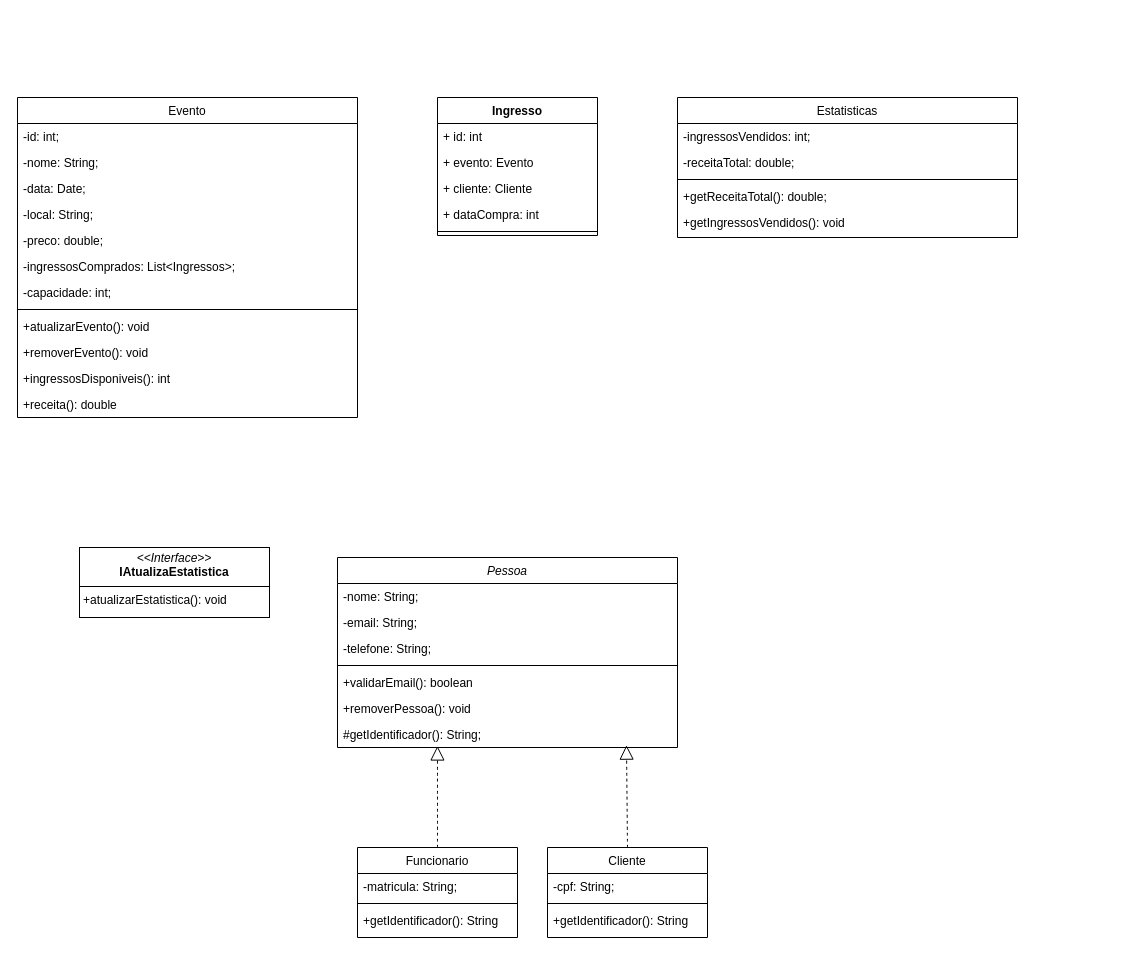
The draw.io diagram Diagrama UML.drawio in thaisealves/venda-ingressos-poo, before the edit. Source tidied: cells renumbered, new cells numbered last; positions are measured from the earlier drawing's top-left corner, leaving out a move shared by most shapes. Both pictures are drawn from the tidied source at 100%, with x=0, y=0 at pixel (17, 97).
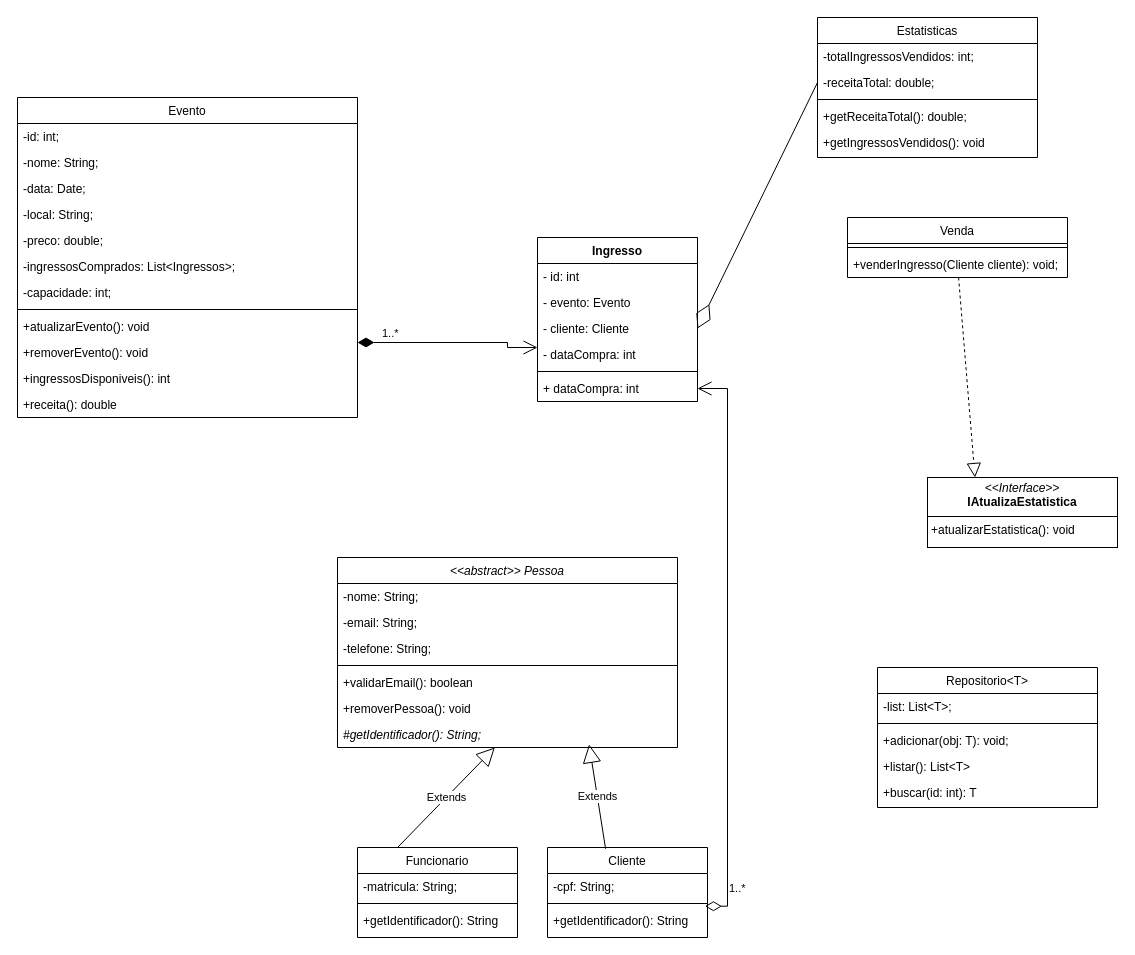
Above is the later version.

The change refers to these unchanged cells:
```xml
<mxCell id="2" value="Cliente" style="swimlane;fontStyle=0;align=center;verticalAlign=top;horizontal=1;startSize=26;rounded=0;shadow=0;strokeWidth=1;" parent="1" vertex="1">
  <mxGeometry x="530" y="750" width="160" height="90" as="geometry" />
</mxCell>
<mxCell id="5" value="+getIdentificador(): String" style="text;align=left;verticalAlign=top;spacingLeft=4;spacingRight=4;overflow=hidden;points=[[0,0.5],[1,0.5]];portConstraint=eastwest;" parent="2" vertex="1">
  <mxGeometry y="60" width="160" height="26" as="geometry" />
</mxCell>
<mxCell id="16" value="+removerEvento(): void" style="text;align=left;verticalAlign=top;spacingLeft=4;spacingRight=4;overflow=hidden;points=[[0,0.5],[1,0.5]];portConstraint=eastwest;" parent="6" vertex="1">
  <mxGeometry y="242" width="340" height="26" as="geometry" />
</mxCell>
<mxCell id="28" value="Funcionario" style="swimlane;fontStyle=0;align=center;verticalAlign=top;horizontal=1;startSize=26;rounded=0;shadow=0;strokeWidth=1;" parent="1" vertex="1">
  <mxGeometry x="340" y="750" width="160" height="90" as="geometry" />
</mxCell>
```

Diff of the diagram source:
```diff
@@
     <mxCell id="19" value="&lt;p style=&quot;margin:0px;margin-top:4px;text-align:center;&quot;&gt;&lt;i&gt;&amp;lt;&amp;lt;Interface&amp;gt;&amp;gt;&lt;/i&gt;&lt;br&gt;&lt;b&gt;IAtualizaEstatistica&lt;/b&gt;&lt;/p&gt;&lt;hr size=&quot;1&quot; style=&quot;border-style:solid;&quot;&gt;&lt;p style=&quot;margin:0px;margin-left:4px;&quot;&gt;&lt;/p&gt;&lt;p style=&quot;margin:0px;margin-left:4px;&quot;&gt;+atualizarEstatistica(): void&lt;br&gt;&lt;br&gt;&lt;/p&gt;" style="verticalAlign=top;align=left;overflow=fill;html=1;whiteSpace=wrap;" parent="1" vertex="1">
-      <mxGeometry x="62" y="450" width="190" height="70" as="geometry" />
+      <mxGeometry x="910" y="380" width="190" height="70" as="geometry" />
     </mxCell>
-    <mxCell id="20" value="Pessoa" style="swimlane;fontStyle=2;align=center;verticalAlign=top;horizontal=1;startSize=26;rounded=0;shadow=0;strokeWidth=1;" parent="1" vertex="1">
+    <mxCell id="20" value="&lt;&lt;abstract&gt;&gt; Pessoa" style="swimlane;fontStyle=2;align=center;verticalAlign=top;horizontal=1;startSize=26;rounded=0;shadow=0;strokeWidth=1;" parent="1" vertex="1">
       <mxGeometry x="320" y="460" width="340" height="190" as="geometry" />
     </mxCell>
@@
-    <mxCell id="27" value="#getIdentificador(): String;" style="text;align=left;verticalAlign=top;spacingLeft=4;spacingRight=4;overflow=hidden;points=[[0,0.5],[1,0.5]];portConstraint=eastwest;" parent="20" vertex="1">
+    <mxCell id="27" value="#getIdentificador(): String;" style="text;align=left;verticalAlign=top;spacingLeft=4;spacingRight=4;overflow=hidden;points=[[0,0.5],[1,0.5]];portConstraint=eastwest;fontStyle=2;" parent="20" vertex="1">
       <mxGeometry y="164" width="340" height="26" as="geometry" />
     </mxCell>
@@
-    <mxCell id="32" style="endArrow=block;dashed=1;endFill=0;endSize=12;html=1;rounded=0;fontSize=12;curved=1;entryX=0.294;entryY=0.942;entryDx=0;entryDy=0;entryPerimeter=0;exitX=0.5;exitY=0;exitDx=0;exitDy=0;" parent="1" edge="1" source="28" target="27">
-      <mxGeometry relative="1" as="geometry" />
-    </mxCell>
-    <mxCell id="33" style="endArrow=block;dashed=1;endFill=0;endSize=12;html=1;rounded=0;fontSize=12;curved=1;exitX=0.5;exitY=0;exitDx=0;exitDy=0;entryX=0.85;entryY=0.91;entryDx=0;entryDy=0;entryPerimeter=0;" parent="1" edge="1" source="2" target="27">
-      <mxGeometry relative="1" as="geometry" />
-    </mxCell>
     <mxCell id="34" value="Ingresso" style="swimlane;fontStyle=1;align=center;verticalAlign=top;horizontal=1;startSize=26;whiteSpace=wrap;html=1;" parent="1" vertex="1">
-      <mxGeometry x="420" width="160" height="138" as="geometry" />
+      <mxGeometry x="520" y="140" width="160" height="164" as="geometry" />
     </mxCell>
-    <mxCell id="35" value="+ id: int" style="text;strokeColor=none;fillColor=none;align=left;verticalAlign=top;spacingLeft=4;spacingRight=4;overflow=hidden;whiteSpace=wrap;html=1;" parent="34" vertex="1">
+    <mxCell id="35" value="- id: int" style="text;strokeColor=none;fillColor=none;align=left;verticalAlign=top;spacingLeft=4;spacingRight=4;overflow=hidden;whiteSpace=wrap;html=1;" parent="34" vertex="1">
       <mxGeometry y="26" width="160" height="26" as="geometry" />
     </mxCell>
-    <mxCell id="36" value="+ evento: Evento" style="text;strokeColor=none;fillColor=none;align=left;verticalAlign=top;spacingLeft=4;spacingRight=4;overflow=hidden;whiteSpace=wrap;html=1;" parent="34" vertex="1">
+    <mxCell id="36" value="- evento: Evento" style="text;strokeColor=none;fillColor=none;align=left;verticalAlign=top;spacingLeft=4;spacingRight=4;overflow=hidden;whiteSpace=wrap;html=1;" parent="34" vertex="1">
       <mxGeometry y="52" width="160" height="26" as="geometry" />
     </mxCell>
-    <mxCell id="37" value="+ cliente: Cliente" style="text;strokeColor=none;fillColor=none;align=left;verticalAlign=top;spacingLeft=4;spacingRight=4;overflow=hidden;points=[[0,0.5],[1,0.5]];portConstraint=eastwest;whiteSpace=wrap;html=1;" parent="34" vertex="1">
+    <mxCell id="37" value="- cliente: Cliente" style="text;strokeColor=none;fillColor=none;align=left;verticalAlign=top;spacingLeft=4;spacingRight=4;overflow=hidden;points=[[0,0.5],[1,0.5]];portConstraint=eastwest;whiteSpace=wrap;html=1;" parent="34" vertex="1">
       <mxGeometry y="78" width="160" height="26" as="geometry" />
     </mxCell>
-    <mxCell id="38" value="+ dataCompra: int" style="text;strokeColor=none;fillColor=none;align=left;verticalAlign=top;spacingLeft=4;spacingRight=4;overflow=hidden;whiteSpace=wrap;html=1;" parent="34" vertex="1">
+    <mxCell id="38" value="- dataCompra: int" style="text;strokeColor=none;fillColor=none;align=left;verticalAlign=top;spacingLeft=4;spacingRight=4;overflow=hidden;whiteSpace=wrap;html=1;" parent="34" vertex="1">
       <mxGeometry y="104" width="160" height="26" as="geometry" />
     </mxCell>
@@
+    <mxCell id="46" value="+ dataCompra: int" style="text;strokeColor=none;fillColor=none;align=left;verticalAlign=top;spacingLeft=4;spacingRight=4;overflow=hidden;points=[[0,0.5],[1,0.5]];portConstraint=eastwest;whiteSpace=wrap;html=1;" parent="34" vertex="1">
+      <mxGeometry y="138" width="160" height="26" as="geometry" />
+    </mxCell>
     <mxCell id="40" value="Estatisticas" style="swimlane;fontStyle=0;align=center;verticalAlign=top;horizontal=1;startSize=26;rounded=0;shadow=0;strokeWidth=1;" parent="1" vertex="1">
-      <mxGeometry x="660" width="340" height="140" as="geometry" />
+      <mxGeometry x="800" y="-80" width="220" height="140" as="geometry" />
     </mxCell>
-    <mxCell id="41" value="-ingressosVendidos: int;" style="text;align=left;verticalAlign=top;spacingLeft=4;spacingRight=4;overflow=hidden;" parent="40" vertex="1">
-      <mxGeometry y="26" width="340" height="26" as="geometry" />
+    <mxCell id="41" value="-totalIngressosVendidos: int;" style="text;align=left;verticalAlign=top;spacingLeft=4;spacingRight=4;overflow=hidden;" parent="40" vertex="1">
+      <mxGeometry y="26" width="220" height="26" as="geometry" />
     </mxCell>
     <mxCell id="42" value="-receitaTotal: double;" style="text;align=left;verticalAlign=top;spacingLeft=4;spacingRight=4;overflow=hidden;points=[[0,0.5],[1,0.5]];portConstraint=eastwest;rounded=0;shadow=0;html=0;" parent="40" vertex="1">
-      <mxGeometry y="52" width="340" height="26" as="geometry" />
+      <mxGeometry y="52" width="220" height="26" as="geometry" />
     </mxCell>
     <mxCell id="43" style="line;html=1;strokeWidth=1;align=left;verticalAlign=middle;spacingTop=-1;spacingLeft=3;spacingRight=3;labelPosition=right;" parent="40" vertex="1">
-      <mxGeometry y="78" width="340" height="8" as="geometry" />
+      <mxGeometry y="78" width="220" height="8" as="geometry" />
     </mxCell>
     <mxCell id="44" value="+getReceitaTotal(): double;&#10;" style="text;align=left;verticalAlign=top;spacingLeft=4;spacingRight=4;overflow=hidden;" parent="40" vertex="1">
-      <mxGeometry y="86" width="340" height="26" as="geometry" />
+      <mxGeometry y="86" width="220" height="26" as="geometry" />
     </mxCell>
     <mxCell id="45" value="+getIngressosVendidos(): void" style="text;align=left;verticalAlign=top;spacingLeft=4;spacingRight=4;overflow=hidden;" parent="40" vertex="1">
-      <mxGeometry y="112" width="340" height="26" as="geometry" />
+      <mxGeometry y="112" width="220" height="26" as="geometry" />
     </mxCell>
+    <mxCell id="47" value="Repositorio&lt;T&gt;" style="swimlane;fontStyle=0;align=center;verticalAlign=top;horizontal=1;startSize=26;rounded=0;shadow=0;strokeWidth=1;" parent="1" vertex="1">
+      <mxGeometry x="860" y="570" width="220" height="140" as="geometry" />
+    </mxCell>
+    <mxCell id="48" value="-list: List&lt;T&gt;;" style="text;align=left;verticalAlign=top;spacingLeft=4;spacingRight=4;overflow=hidden;" parent="47" vertex="1">
+      <mxGeometry y="26" width="220" height="26" as="geometry" />
+    </mxCell>
+    <mxCell id="49" style="line;html=1;strokeWidth=1;align=left;verticalAlign=middle;spacingTop=-1;spacingLeft=3;spacingRight=3;labelPosition=right;" parent="47" vertex="1">
+      <mxGeometry y="52" width="220" height="8" as="geometry" />
+    </mxCell>
+    <mxCell id="50" value="+adicionar(obj: T): void;&#10;" style="text;align=left;verticalAlign=top;spacingLeft=4;spacingRight=4;overflow=hidden;" parent="47" vertex="1">
+      <mxGeometry y="60" width="220" height="26" as="geometry" />
+    </mxCell>
+    <mxCell id="51" value="+listar(): List&lt;T&gt;" style="text;align=left;verticalAlign=top;spacingLeft=4;spacingRight=4;overflow=hidden;" parent="47" vertex="1">
+      <mxGeometry y="86" width="220" height="26" as="geometry" />
+    </mxCell>
+    <mxCell id="52" value="+buscar(id: int): T" style="text;align=left;verticalAlign=top;spacingLeft=4;spacingRight=4;overflow=hidden;" parent="47" vertex="1">
+      <mxGeometry y="112" width="220" height="26" as="geometry" />
+    </mxCell>
+    <mxCell id="53" style="endArrow=diamondThin;endFill=0;endSize=24;html=1;rounded=0;exitX=0;exitY=0.5;exitDx=0;exitDy=0;entryX=1;entryY=0.5;entryDx=0;entryDy=0;" parent="1" edge="1" source="42" target="37">
+      <mxGeometry relative="1" as="geometry" />
+    </mxCell>
+    <mxCell id="54" style="endArrow=block;dashed=1;endFill=0;endSize=12;html=1;rounded=0;entryX=0.25;entryY=0;entryDx=0;entryDy=0;" parent="1" edge="1" source="57" target="19">
+      <mxGeometry relative="1" as="geometry" />
+    </mxCell>
+    <mxCell id="55" value="Venda" style="swimlane;fontStyle=0;align=center;verticalAlign=top;horizontal=1;startSize=26;rounded=0;shadow=0;strokeWidth=1;" parent="1" vertex="1">
+      <mxGeometry x="830" y="120" width="220" height="60" as="geometry" />
+    </mxCell>
+    <mxCell id="56" style="line;html=1;strokeWidth=1;align=left;verticalAlign=middle;spacingTop=-1;spacingLeft=3;spacingRight=3;labelPosition=right;" parent="55" vertex="1">
+      <mxGeometry y="26" width="220" height="8" as="geometry" />
+    </mxCell>
+    <mxCell id="57" value="+venderIngresso(Cliente cliente): void;&#10;" style="text;align=left;verticalAlign=top;spacingLeft=4;spacingRight=4;overflow=hidden;points=[[0,0.5],[1,0.5]];portConstraint=eastwest;" parent="55" vertex="1">
+      <mxGeometry y="34" width="220" height="26" as="geometry" />
+    </mxCell>
+    <mxCell id="58" value="1..*" style="endArrow=open;html=1;endSize=12;startArrow=diamondThin;startSize=14;startFill=0;edgeStyle=orthogonalEdgeStyle;align=left;verticalAlign=bottom;rounded=0;exitX=0.984;exitY=-0.049;exitDx=0;exitDy=0;exitPerimeter=0;entryX=1;entryY=0.5;entryDx=0;entryDy=0;" parent="1" edge="1" source="5" target="46">
+      <mxGeometry x="-0.89" relative="1" as="geometry">
+        <Array as="points">
+          <mxPoint x="710" y="809" />
+          <mxPoint x="710" y="291" />
+        </Array>
+      </mxGeometry>
+    </mxCell>
+    <mxCell id="59" value="1..*" style="endArrow=open;html=1;endSize=12;startArrow=diamondThin;startSize=14;startFill=1;edgeStyle=orthogonalEdgeStyle;align=left;verticalAlign=bottom;rounded=0;" parent="1" edge="1" source="16">
+      <mxGeometry x="-0.75" relative="1" as="geometry">
+        <mxPoint x="520" y="250" as="targetPoint" />
+        <Array as="points">
+          <mxPoint x="490" y="245" />
+          <mxPoint x="490" y="250" />
+        </Array>
+      </mxGeometry>
+    </mxCell>
+    <mxCell id="33" value="Extends" style="endArrow=block;endSize=16;endFill=0;html=1;rounded=0;exitX=0.363;exitY=0.014;exitDx=0;exitDy=0;exitPerimeter=0;entryX=0.74;entryY=0.879;entryDx=0;entryDy=0;entryPerimeter=0;" parent="1" edge="1" source="2" target="27">
+      <mxGeometry relative="1" as="geometry" />
+    </mxCell>
+    <mxCell id="32" value="Extends" style="endArrow=block;endSize=16;endFill=0;html=1;rounded=0;exitX=0.25;exitY=0;exitDx=0;exitDy=0;" parent="1" edge="1" source="28" target="27">
+      <mxGeometry relative="1" as="geometry" />
+    </mxCell>
```
